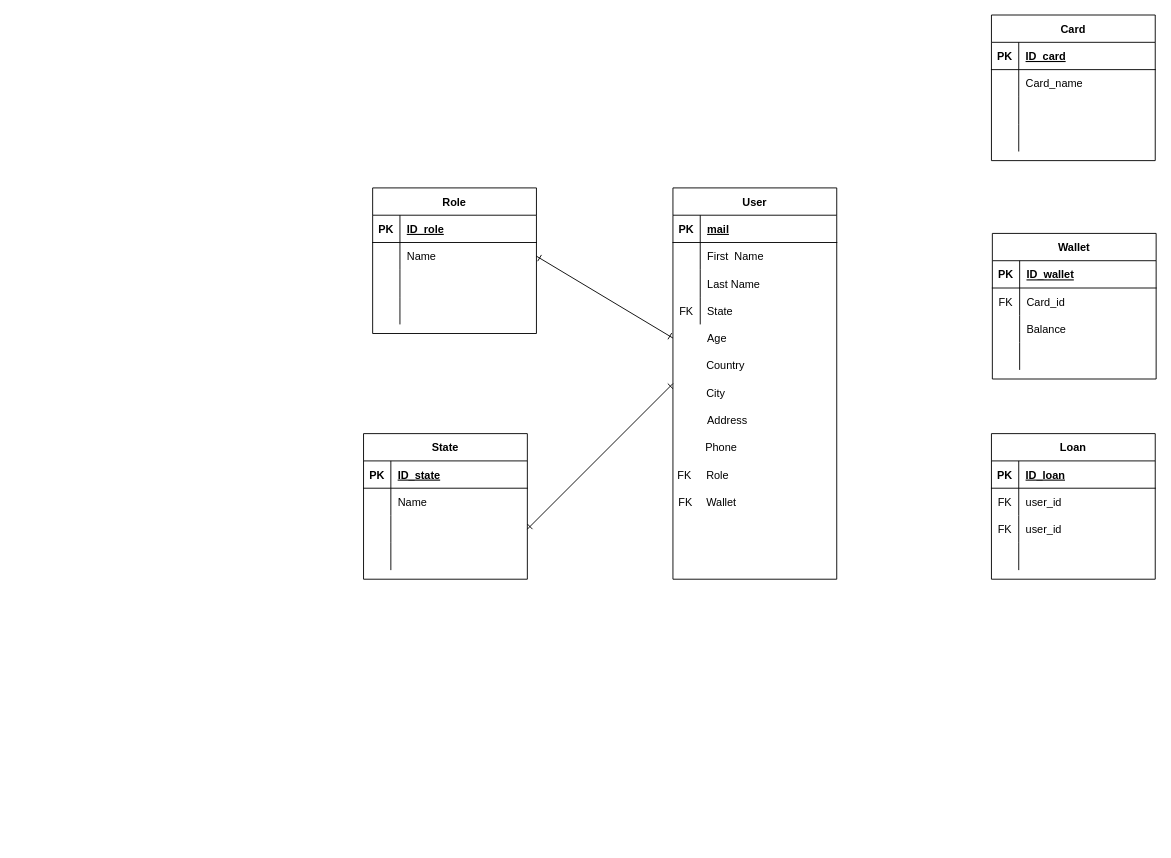
Above: DataBase-Diagram.drawio in Coquixo/final-flow-diagram (draw.io), before the change. Source tidied: cells renumbered, new cells numbered last; positions are measured from the earlier drawing's top-left corner, leaving out a move shared by most shapes. Both pictures are drawn from the tidied source at 91%, with x=0, y=0 at pixel (363, 15).
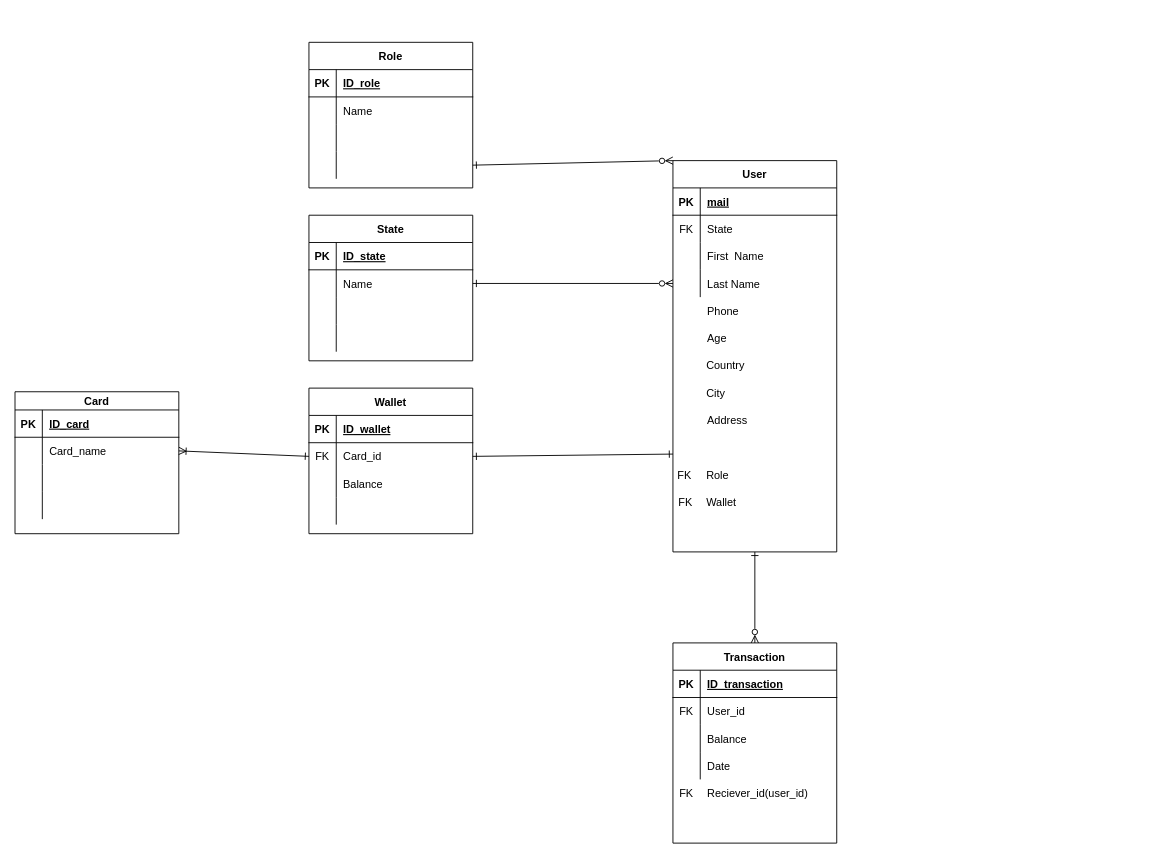
Above is the later version.

The change refers to these unchanged cells:
```xml
<mxCell id="15" style="shape=tableRow;horizontal=0;startSize=0;swimlaneHead=0;swimlaneBody=0;fillColor=none;points=[[0,0.5],[1,0.5]];portConstraint=eastwest;top=0;left=0;right=0;bottom=0;" parent="1" vertex="1">
  <mxGeometry x="340" y="340" width="180" height="30" as="geometry" />
</mxCell>
<mxCell id="55" style="shape=tableRow;horizontal=0;startSize=0;swimlaneHead=0;swimlaneBody=0;fillColor=none;points=[[0,0.5],[1,0.5]];portConstraint=eastwest;top=0;left=0;right=0;bottom=0;" parent="51" vertex="1">
  <mxGeometry y="60" width="180" height="30" as="geometry" />
</mxCell>
<mxCell id="61" style="shape=tableRow;horizontal=0;startSize=0;swimlaneHead=0;swimlaneBody=0;fillColor=none;points=[[0,0.5],[1,0.5]];portConstraint=eastwest;top=0;left=0;right=0;bottom=0;" parent="51" vertex="1">
  <mxGeometry y="120" width="180" height="30" as="geometry" />
</mxCell>
<mxCell id="68" style="shape=tableRow;horizontal=0;startSize=0;swimlaneHead=0;swimlaneBody=0;fillColor=none;points=[[0,0.5],[1,0.5]];portConstraint=eastwest;top=0;left=0;right=0;bottom=0;" parent="64" vertex="1">
  <mxGeometry y="60" width="180" height="30" as="geometry" />
</mxCell>
<mxCell id="71" style="shape=tableRow;horizontal=0;startSize=0;swimlaneHead=0;swimlaneBody=0;fillColor=none;points=[[0,0.5],[1,0.5]];portConstraint=eastwest;top=0;left=0;right=0;bottom=0;" parent="64" vertex="1">
  <mxGeometry y="90" width="180" height="30" as="geometry" />
</mxCell>
<mxCell id="81" style="shape=tableRow;horizontal=0;startSize=0;swimlaneHead=0;swimlaneBody=0;fillColor=none;points=[[0,0.5],[1,0.5]];portConstraint=eastwest;top=0;left=0;right=0;bottom=0;" parent="77" vertex="1">
  <mxGeometry y="60" width="180" height="30" as="geometry" />
</mxCell>
```

What changed in the source:
```diff
@@
+    <mxCell id="93" style="edgeStyle=orthogonalEdgeStyle;rounded=0;jettySize=auto;html=1;exitX=0.5;exitY=1;exitDx=0;exitDy=0;entryX=0.5;entryY=0;entryDx=0;entryDy=0;startArrow=ERone;startFill=0;endArrow=ERzeroToMany;endFill=0;" parent="1" edge="1" source="2" target="96">
+      <mxGeometry relative="1" as="geometry" />
+    </mxCell>
     <mxCell id="2" value="User" style="shape=table;startSize=30;childLayout=tableLayout;rowLines=0;fontStyle=1;align=center;" parent="1" vertex="1">
-      <mxGeometry x="340" y="190" width="180" height="430" as="geometry" />
+      <mxGeometry x="340" y="160" width="180" height="430" as="geometry" />
     </mxCell>
@@
+    <mxCell id="12" style="shape=tableRow;horizontal=0;startSize=0;swimlaneHead=0;swimlaneBody=0;fillColor=none;top=0;left=0;right=0;bottom=0;" parent="2" vertex="1">
+      <mxGeometry y="60" width="180" height="30" as="geometry" />
+    </mxCell>
+    <mxCell id="13" value="FK" style="shape=partialRectangle;fillColor=none;top=0;left=0;bottom=0;right=0;overflow=hidden;" parent="12" vertex="1">
+      <mxGeometry width="30" height="30" as="geometry" />
+    </mxCell>
+    <mxCell id="14" value="State" style="shape=partialRectangle;fillColor=none;top=0;left=0;bottom=0;right=0;align=left;spacingLeft=6;overflow=hidden;" parent="12" vertex="1">
+      <mxGeometry x="30" width="150" height="30" as="geometry" />
+    </mxCell>
     <mxCell id="6" style="shape=tableRow;horizontal=0;startSize=0;swimlaneHead=0;swimlaneBody=0;fillColor=none;top=0;left=0;right=0;bottom=0;" parent="2" vertex="1">
-      <mxGeometry y="60" width="180" height="30" as="geometry" />
+      <mxGeometry y="90" width="180" height="30" as="geometry" />
     </mxCell>
@@
     <mxCell id="9" style="shape=tableRow;horizontal=0;startSize=0;swimlaneHead=0;swimlaneBody=0;fillColor=none;points=[[0,0.5],[1,0.5]];portConstraint=eastwest;top=0;left=0;right=0;bottom=0;" parent="2" vertex="1">
-      <mxGeometry y="90" width="180" height="30" as="geometry" />
+      <mxGeometry y="120" width="180" height="30" as="geometry" />
     </mxCell>
@@
-    <mxCell id="12" style="shape=tableRow;horizontal=0;startSize=0;swimlaneHead=0;swimlaneBody=0;fillColor=none;top=0;left=0;right=0;bottom=0;" parent="2" vertex="1">
-      <mxGeometry y="120" width="180" height="30" as="geometry" />
-    </mxCell>
-    <mxCell id="13" value="FK" style="shape=partialRectangle;fillColor=none;top=0;left=0;bottom=0;right=0;overflow=hidden;" parent="12" vertex="1">
-      <mxGeometry width="30" height="30" as="geometry" />
-    </mxCell>
-    <mxCell id="14" value="State" style="shape=partialRectangle;fillColor=none;top=0;left=0;bottom=0;right=0;align=left;spacingLeft=6;overflow=hidden;" parent="12" vertex="1">
-      <mxGeometry x="30" width="150" height="30" as="geometry" />
-    </mxCell>
@@
-    <mxCell id="21" value="Card" style="shape=table;startSize=30;childLayout=tableLayout;rowLines=0;fontStyle=1;align=center;" parent="1" vertex="1">
-      <mxGeometry x="690" width="180" height="160" as="geometry" />
+    <mxCell id="21" value="Card" style="shape=table;startSize=20;childLayout=tableLayout;rowLines=0;fontStyle=1;align=center;" parent="1" vertex="1">
+      <mxGeometry x="-383" y="414" width="180" height="156" as="geometry" />
     </mxCell>
     <mxCell id="22" style="shape=tableRow;horizontal=0;startSize=0;swimlaneHead=0;swimlaneBody=0;fillColor=none;top=0;left=0;right=0;bottom=1;" parent="21" vertex="1">
-      <mxGeometry y="30" width="180" height="30" as="geometry" />
+      <mxGeometry y="20" width="180" height="30" as="geometry" />
     </mxCell>
@@
     <mxCell id="25" style="shape=tableRow;horizontal=0;startSize=0;swimlaneHead=0;swimlaneBody=0;fillColor=none;points=[[0,0.5],[1,0.5]];portConstraint=eastwest;top=0;left=0;right=0;bottom=0;" parent="21" vertex="1">
-      <mxGeometry y="60" width="180" height="30" as="geometry" />
+      <mxGeometry y="50" width="180" height="30" as="geometry" />
     </mxCell>
@@
     <mxCell id="28" style="shape=tableRow;horizontal=0;startSize=0;swimlaneHead=0;swimlaneBody=0;fillColor=none;top=0;left=0;right=0;bottom=0;" parent="21" vertex="1">
-      <mxGeometry y="90" width="180" height="30" as="geometry" />
+      <mxGeometry y="80" width="180" height="30" as="geometry" />
     </mxCell>
@@
     <mxCell id="31" style="shape=tableRow;horizontal=0;startSize=0;swimlaneHead=0;swimlaneBody=0;fillColor=none;top=0;left=0;right=0;bottom=0;" parent="21" vertex="1">
-      <mxGeometry y="120" width="180" height="30" as="geometry" />
+      <mxGeometry y="110" width="180" height="30" as="geometry" />
     </mxCell>
@@
-    <mxCell id="34" value="Loan" style="shape=table;startSize=30;childLayout=tableLayout;rowLines=0;fontStyle=1;align=center;" parent="1" vertex="1">
-      <mxGeometry x="690" y="460" width="180" height="160" as="geometry" />
-    </mxCell>
-    <mxCell id="35" style="shape=tableRow;horizontal=0;startSize=0;swimlaneHead=0;swimlaneBody=0;fillColor=none;top=0;left=0;right=0;bottom=1;" parent="34" vertex="1">
-      <mxGeometry y="30" width="180" height="30" as="geometry" />
-    </mxCell>
-    <mxCell id="36" value="PK" style="shape=partialRectangle;fillColor=none;top=0;left=0;bottom=0;right=0;fontStyle=1;overflow=hidden;" parent="35" vertex="1">
-      <mxGeometry width="30" height="30" as="geometry" />
-    </mxCell>
-    <mxCell id="37" value="ID_loan" style="shape=partialRectangle;fillColor=none;top=0;left=0;bottom=0;right=0;align=left;spacingLeft=6;fontStyle=5;overflow=hidden;" parent="35" vertex="1">
-      <mxGeometry x="30" width="150" height="30" as="geometry" />
-    </mxCell>
-    <mxCell id="38" style="shape=tableRow;horizontal=0;startSize=0;swimlaneHead=0;swimlaneBody=0;fillColor=none;top=0;left=0;right=0;bottom=0;" parent="34" vertex="1">
-      <mxGeometry y="60" width="180" height="30" as="geometry" />
-    </mxCell>
-    <mxCell id="39" value="FK" style="shape=partialRectangle;fillColor=none;top=0;left=0;bottom=0;right=0;overflow=hidden;" parent="38" vertex="1">
-      <mxGeometry width="30" height="30" as="geometry" />
-    </mxCell>
-    <mxCell id="40" value="user_id" style="shape=partialRectangle;fillColor=none;top=0;left=0;bottom=0;right=0;align=left;spacingLeft=6;overflow=hidden;" parent="38" vertex="1">
-      <mxGeometry x="30" width="150" height="30" as="geometry" />
-    </mxCell>
-    <mxCell id="41" style="shape=tableRow;horizontal=0;startSize=0;swimlaneHead=0;swimlaneBody=0;fillColor=none;top=0;left=0;right=0;bottom=0;" parent="34" vertex="1">
-      <mxGeometry y="90" width="180" height="30" as="geometry" />
-    </mxCell>
-    <mxCell id="42" value="FK" style="shape=partialRectangle;fillColor=none;top=0;left=0;bottom=0;right=0;overflow=hidden;" parent="41" vertex="1">
-      <mxGeometry width="30" height="30" as="geometry" />
-    </mxCell>
-    <mxCell id="43" value="user_id" style="shape=partialRectangle;fillColor=none;top=0;left=0;bottom=0;right=0;align=left;spacingLeft=6;overflow=hidden;" parent="41" vertex="1">
-      <mxGeometry x="30" width="150" height="30" as="geometry" />
-    </mxCell>
-    <mxCell id="44" style="shape=tableRow;horizontal=0;startSize=0;swimlaneHead=0;swimlaneBody=0;fillColor=none;top=0;left=0;right=0;bottom=0;" parent="34" vertex="1">
-      <mxGeometry y="120" width="180" height="30" as="geometry" />
-    </mxCell>
-    <mxCell id="45" style="shape=partialRectangle;fillColor=none;top=0;left=0;bottom=0;right=0;overflow=hidden;" parent="44" vertex="1">
-      <mxGeometry width="30" height="30" as="geometry" />
-    </mxCell>
-    <mxCell id="46" style="shape=partialRectangle;fillColor=none;top=0;left=0;bottom=0;right=0;align=left;spacingLeft=6;overflow=hidden;" parent="44" vertex="1">
-      <mxGeometry x="30" width="150" height="30" as="geometry" />
-    </mxCell>
@@
     <mxCell id="50" value="Phone" style="shape=partialRectangle;fillColor=none;top=0;left=0;bottom=0;right=0;align=left;spacingLeft=6;overflow=hidden;" parent="1" vertex="1">
-      <mxGeometry x="368" y="460" width="150" height="30" as="geometry" />
+      <mxGeometry x="370" y="310" width="150" height="30" as="geometry" />
     </mxCell>
     <mxCell id="51" value="Role" style="shape=table;startSize=30;childLayout=tableLayout;rowLines=0;fontStyle=1;align=center;" parent="1" vertex="1">
-      <mxGeometry x="10" y="190" width="180" height="160" as="geometry" />
+      <mxGeometry x="-60" y="30" width="180" height="160" as="geometry" />
     </mxCell>
@@
     <mxCell id="64" value="State" style="shape=table;startSize=30;childLayout=tableLayout;rowLines=0;fontStyle=1;align=center;" parent="1" vertex="1">
-      <mxGeometry y="460" width="180" height="160" as="geometry" />
+      <mxGeometry x="-60" y="220" width="180" height="160" as="geometry" />
     </mxCell>
@@
     <mxCell id="77" value="Wallet" style="shape=table;startSize=30;childLayout=tableLayout;rowLines=0;fontStyle=1;align=center;" parent="1" vertex="1">
-      <mxGeometry x="691" y="240" width="180" height="160" as="geometry" />
+      <mxGeometry x="-60" y="410" width="180" height="160" as="geometry" />
     </mxCell>
@@
-    <mxCell id="91" style="endArrow=ERone;html=1;rounded=0;endFill=0;startArrow=ERone;startFill=0;exitX=1;exitY=0.5;exitDx=0;exitDy=0;entryX=0;entryY=0.5;entryDx=0;entryDy=0;" parent="1" edge="1" source="71" target="2">
+    <mxCell id="91" style="endArrow=ERzeroToMany;html=1;rounded=0;endFill=0;startArrow=ERone;startFill=0;exitX=1;exitY=0.5;exitDx=0;exitDy=0;entryX=0;entryY=0.5;entryDx=0;entryDy=0;" parent="1" edge="1" source="68" target="9">
       <mxGeometry relative="1" as="geometry" />
     </mxCell>
-    <mxCell id="92" style="endArrow=ERone;html=1;rounded=0;endFill=0;startArrow=ERone;startFill=0;exitX=1;exitY=0.5;exitDx=0;exitDy=0;entryX=0;entryY=0.5;entryDx=0;entryDy=0;" parent="1" edge="1" source="55" target="15">
+    <mxCell id="92" style="endArrow=ERzeroToMany;html=1;rounded=0;endFill=0;startArrow=ERone;startFill=0;exitX=1;exitY=0.5;exitDx=0;exitDy=0;entryX=0;entryY=0;entryDx=0;entryDy=0;" parent="1" edge="1" source="61" target="2">
       <mxGeometry relative="1" as="geometry" />
     </mxCell>
+    <mxCell id="94" style="endArrow=ERone;html=1;rounded=0;endFill=0;startArrow=ERone;startFill=0;exitX=0;exitY=0.75;exitDx=0;exitDy=0;entryX=1;entryY=0.5;entryDx=0;entryDy=0;" parent="1" edge="1" source="2" target="81">
+      <mxGeometry relative="1" as="geometry" />
+    </mxCell>
+    <mxCell id="95" style="endArrow=ERone;html=1;rounded=0;endFill=0;startArrow=ERoneToMany;startFill=0;exitX=1;exitY=0.5;exitDx=0;exitDy=0;entryX=0;entryY=0.5;entryDx=0;entryDy=0;" parent="1" edge="1" source="25" target="81">
+      <mxGeometry relative="1" as="geometry" />
+    </mxCell>
+    <mxCell id="96" value="Transaction" style="shape=table;startSize=30;childLayout=tableLayout;rowLines=0;fontStyle=1;align=center;" parent="1" vertex="1">
+      <mxGeometry x="340" y="690" width="180" height="220" as="geometry" />
+    </mxCell>
+    <mxCell id="35" style="shape=tableRow;horizontal=0;startSize=0;swimlaneHead=0;swimlaneBody=0;fillColor=none;top=0;left=0;right=0;bottom=1;" parent="96" vertex="1">
+      <mxGeometry y="30" width="180" height="30" as="geometry" />
+    </mxCell>
+    <mxCell id="36" value="PK" style="shape=partialRectangle;fillColor=none;top=0;left=0;bottom=0;right=0;fontStyle=1;overflow=hidden;" parent="35" vertex="1">
+      <mxGeometry width="30" height="30" as="geometry" />
+    </mxCell>
+    <mxCell id="97" value="ID_transaction" style="shape=partialRectangle;fillColor=none;top=0;left=0;bottom=0;right=0;align=left;spacingLeft=6;fontStyle=5;overflow=hidden;" parent="35" vertex="1">
+      <mxGeometry x="30" width="150" height="30" as="geometry" />
+    </mxCell>
+    <mxCell id="38" style="shape=tableRow;horizontal=0;startSize=0;swimlaneHead=0;swimlaneBody=0;fillColor=none;top=0;left=0;right=0;bottom=0;" parent="96" vertex="1">
+      <mxGeometry y="60" width="180" height="30" as="geometry" />
+    </mxCell>
+    <mxCell id="98" value="FK" style="shape=partialRectangle;fillColor=none;top=0;left=0;bottom=0;right=0;overflow=hidden;" parent="38" vertex="1">
+      <mxGeometry width="30" height="30" as="geometry" />
+    </mxCell>
+    <mxCell id="99" value="User_id" style="shape=partialRectangle;fillColor=none;top=0;left=0;bottom=0;right=0;align=left;spacingLeft=6;overflow=hidden;" parent="38" vertex="1">
+      <mxGeometry x="30" width="150" height="30" as="geometry" />
+    </mxCell>
+    <mxCell id="41" style="shape=tableRow;horizontal=0;startSize=0;swimlaneHead=0;swimlaneBody=0;fillColor=none;top=0;left=0;right=0;bottom=0;" parent="96" vertex="1">
+      <mxGeometry y="90" width="180" height="30" as="geometry" />
+    </mxCell>
+    <mxCell id="100" style="shape=partialRectangle;fillColor=none;top=0;left=0;bottom=0;right=0;overflow=hidden;" parent="41" vertex="1">
+      <mxGeometry width="30" height="30" as="geometry" />
+    </mxCell>
+    <mxCell id="101" value="Balance" style="shape=partialRectangle;fillColor=none;top=0;left=0;bottom=0;right=0;align=left;spacingLeft=6;overflow=hidden;" parent="41" vertex="1">
+      <mxGeometry x="30" width="150" height="30" as="geometry" />
+    </mxCell>
+    <mxCell id="44" style="shape=tableRow;horizontal=0;startSize=0;swimlaneHead=0;swimlaneBody=0;fillColor=none;top=0;left=0;right=0;bottom=0;" parent="96" vertex="1">
+      <mxGeometry y="120" width="180" height="30" as="geometry" />
+    </mxCell>
+    <mxCell id="102" style="shape=partialRectangle;fillColor=none;top=0;left=0;bottom=0;right=0;overflow=hidden;" parent="44" vertex="1">
+      <mxGeometry width="30" height="30" as="geometry" />
+    </mxCell>
+    <mxCell id="103" value="Date" style="shape=partialRectangle;fillColor=none;top=0;left=0;bottom=0;right=0;align=left;spacingLeft=6;overflow=hidden;" parent="44" vertex="1">
+      <mxGeometry x="30" width="150" height="30" as="geometry" />
+    </mxCell>
+    <mxCell id="104" value="Reciever_id(user_id)" style="shape=partialRectangle;fillColor=none;top=0;left=0;bottom=0;right=0;align=left;spacingLeft=6;overflow=hidden;" parent="1" vertex="1">
+      <mxGeometry x="370" y="840" width="150" height="30" as="geometry" />
+    </mxCell>
+    <mxCell id="105" value="FK" style="shape=partialRectangle;fillColor=none;top=0;left=0;bottom=0;right=0;overflow=hidden;" parent="1" vertex="1">
+      <mxGeometry x="340" y="840" width="30" height="30" as="geometry" />
+    </mxCell>
```
